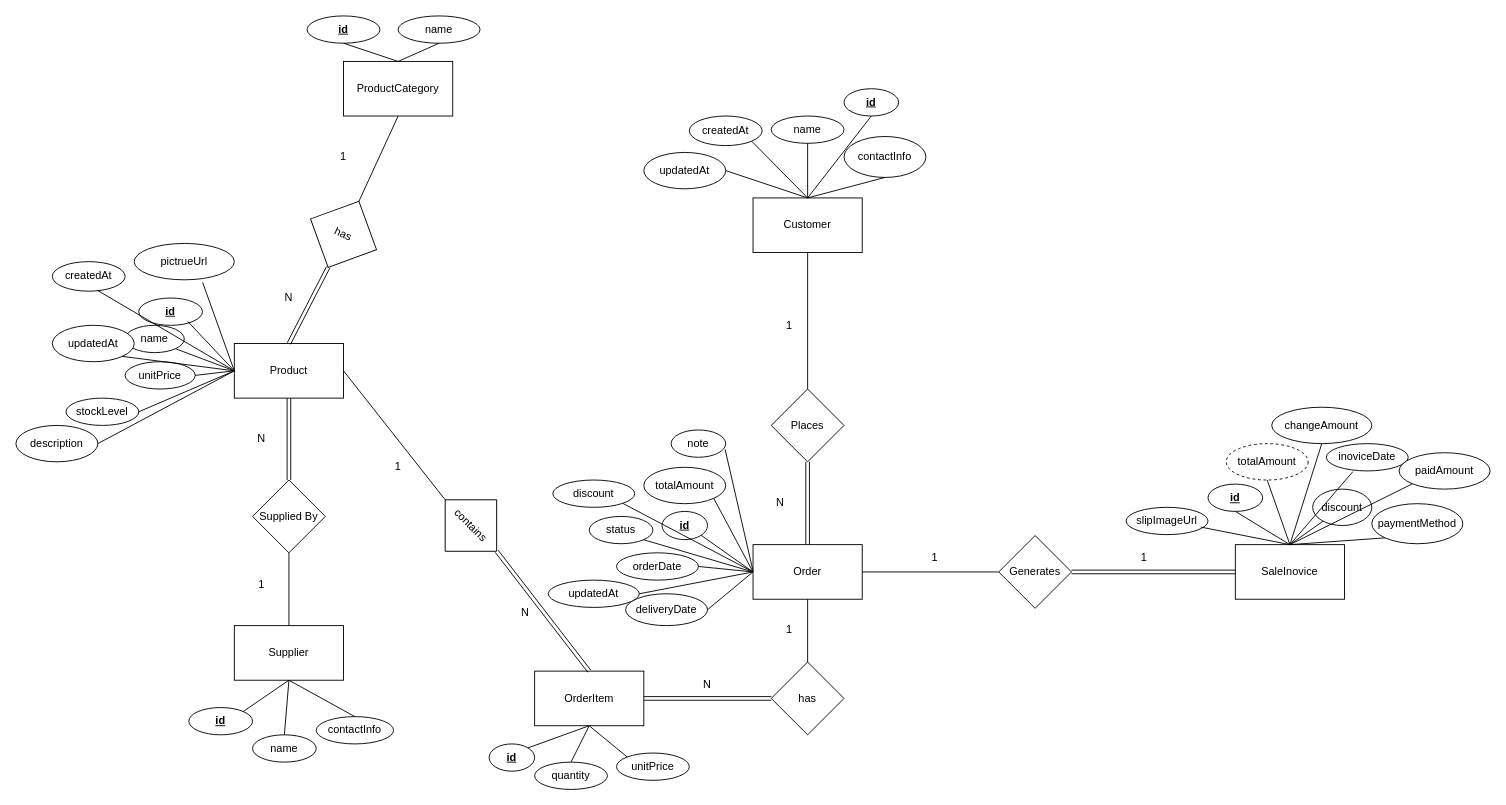
Above: Er Diagram - POS.drawio in firstone6408/KKU-SoftwareDesign-Project-POS (draw.io), before the change. Source tidied: cells renumbered, new cells numbered last; positions are measured from the earlier drawing's top-left corner, leaving out a move shared by most shapes. Both pictures are drawn from the tidied source at 91%, with x=0, y=0 at pixel (15, 15).
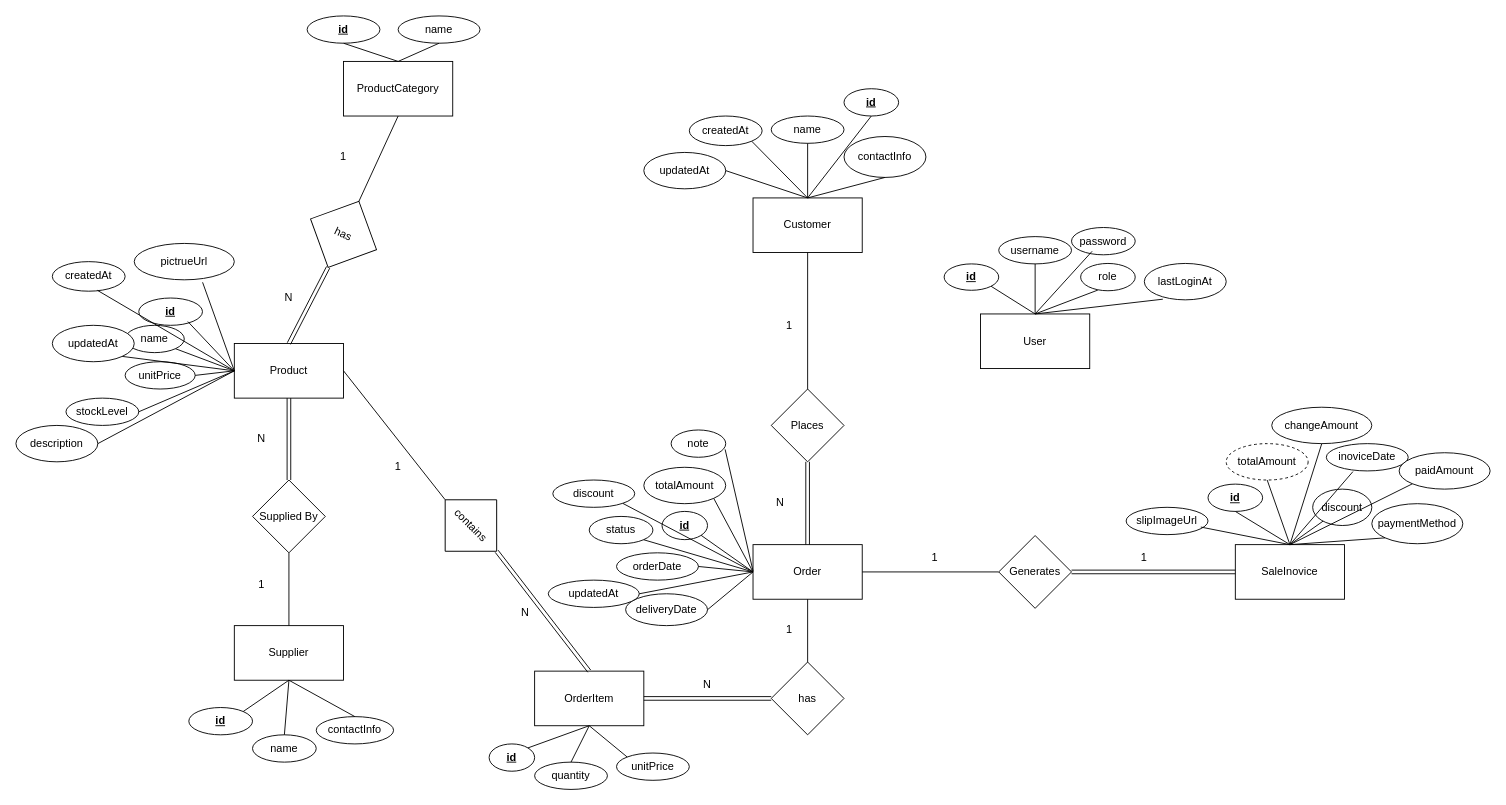
After the change.

Diff of the diagram source:
```diff
@@
+    <mxCell id="113" value="User" style="rounded=0;whiteSpace=wrap;html=1;" parent="1" vertex="1">
+      <mxGeometry x="1060" y="327.5" width="120" height="60" as="geometry" />
+    </mxCell>
+    <mxCell id="114" value="&lt;b&gt;&lt;u&gt;id&lt;/u&gt;&lt;/b&gt;" style="ellipse;whiteSpace=wrap;html=1;" parent="1" vertex="1">
+      <mxGeometry x="1020" y="272.5" width="60" height="29" as="geometry" />
+    </mxCell>
+    <mxCell id="115" style="endArrow=none;html=1;exitX=0.5;exitY=0;exitDx=0;exitDy=0;entryX=1;entryY=1;entryDx=0;entryDy=0;" parent="1" edge="1" source="113" target="114">
+      <mxGeometry relative="1" as="geometry" />
+    </mxCell>
+    <mxCell id="116" value="username" style="ellipse;whiteSpace=wrap;html=1;" parent="1" vertex="1">
+      <mxGeometry x="1080" y="242.5" width="80" height="30" as="geometry" />
+    </mxCell>
+    <mxCell id="117" style="endArrow=none;html=1;exitX=0.5;exitY=0;exitDx=0;exitDy=0;entryX=0.5;entryY=1;entryDx=0;entryDy=0;" parent="1" edge="1" source="113" target="116">
+      <mxGeometry relative="1" as="geometry" />
+    </mxCell>
+    <mxCell id="118" value="password" style="ellipse;whiteSpace=wrap;html=1;" parent="1" vertex="1">
+      <mxGeometry x="1160" y="232.5" width="70" height="30" as="geometry" />
+    </mxCell>
+    <mxCell id="119" style="endArrow=none;html=1;exitX=0.5;exitY=0;exitDx=0;exitDy=0;entryX=0.323;entryY=0.872;entryDx=0;entryDy=0;entryPerimeter=0;" parent="1" edge="1" source="113" target="118">
+      <mxGeometry relative="1" as="geometry" />
+    </mxCell>
+    <mxCell id="120" value="role" style="ellipse;whiteSpace=wrap;html=1;" parent="1" vertex="1">
+      <mxGeometry x="1170" y="272" width="60" height="30" as="geometry" />
+    </mxCell>
+    <mxCell id="121" style="endArrow=none;html=1;exitX=0.5;exitY=0;exitDx=0;exitDy=0;entryX=0.315;entryY=0.976;entryDx=0;entryDy=0;entryPerimeter=0;" parent="1" edge="1" source="113" target="120">
+      <mxGeometry relative="1" as="geometry" />
+    </mxCell>
+    <mxCell id="122" style="endArrow=none;html=1;exitX=0.5;exitY=0;exitDx=0;exitDy=0;entryX=0.226;entryY=0.982;entryDx=0;entryDy=0;entryPerimeter=0;" parent="1" edge="1" source="113" target="123">
+      <mxGeometry relative="1" as="geometry" />
+    </mxCell>
+    <mxCell id="123" value="lastLoginAt" style="ellipse;whiteSpace=wrap;html=1;" parent="1" vertex="1">
+      <mxGeometry x="1240" y="272" width="90" height="40" as="geometry" />
+    </mxCell>
```
